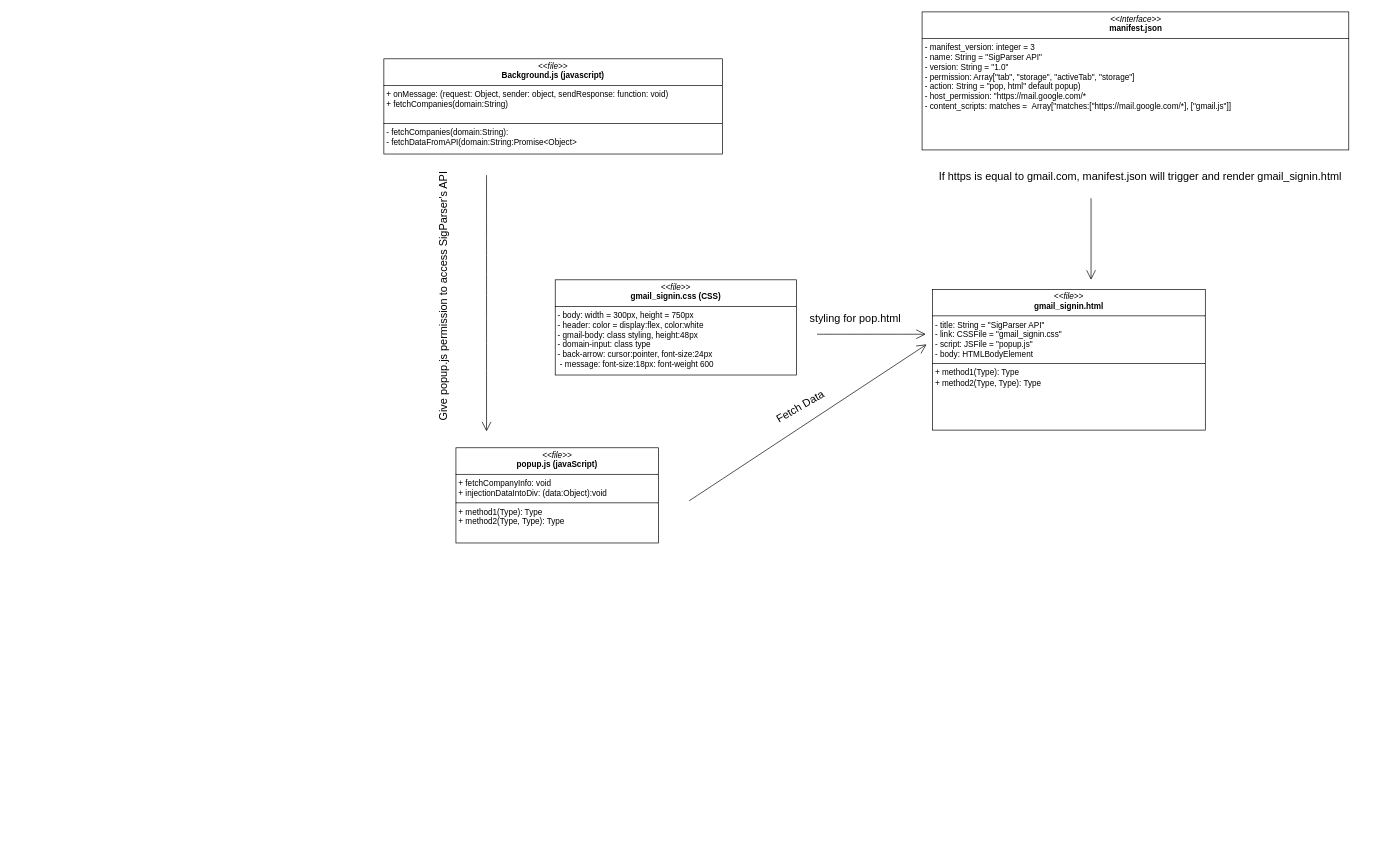
Earlier version of the draw.io diagram capstone.drawio (oimahawong/UX-UI). Source tidied: cells renumbered, new cells numbered last; positions are measured from the earlier drawing's top-left corner, leaving out a move shared by most shapes. Both pictures are drawn from the tidied source at 68%, with x=0, y=0 at pixel (311, 12).
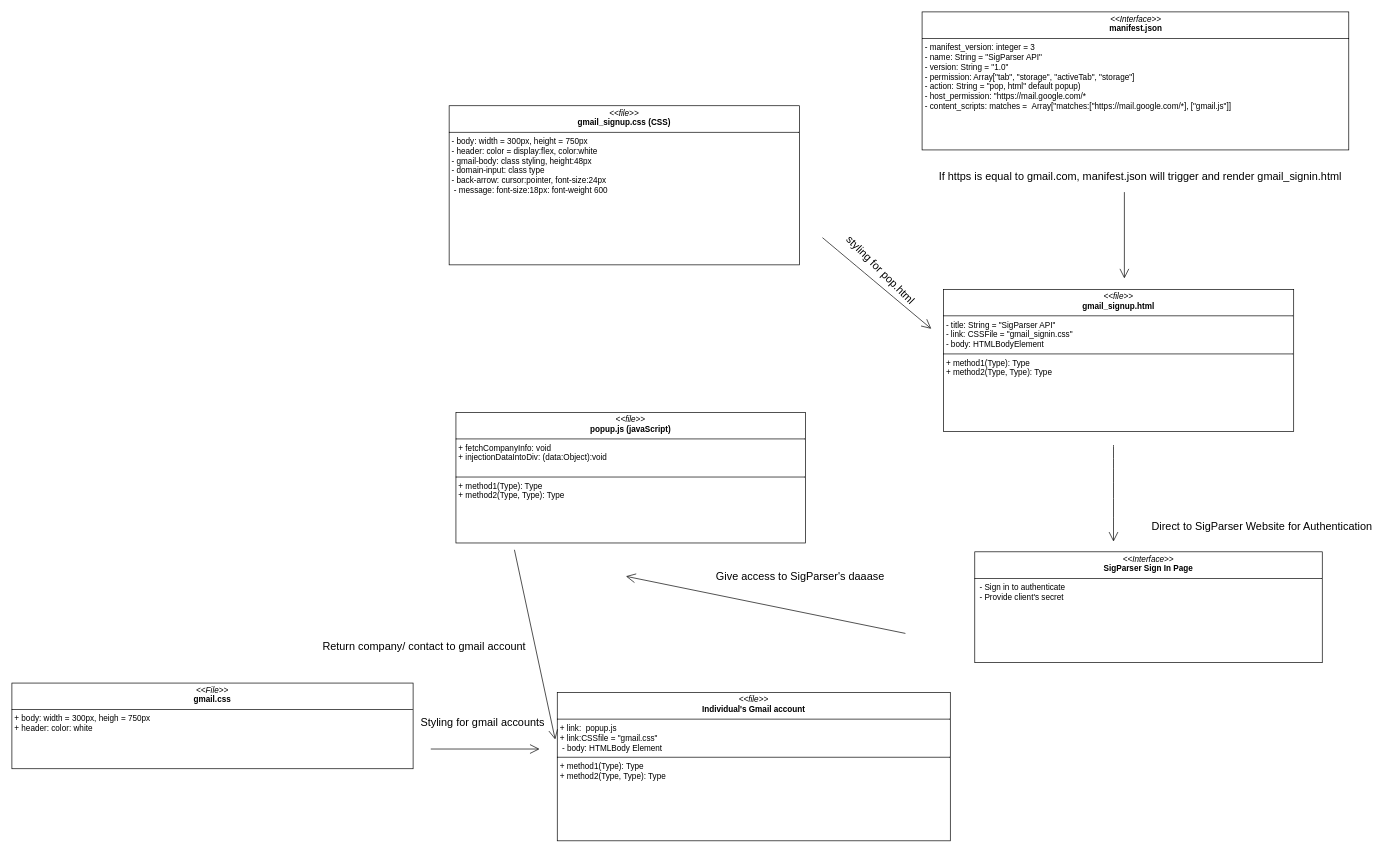
After the change.

What changed in the source:
```diff
@@
-    <mxCell id="2" value="&lt;p style=&quot;margin:0px;margin-top:4px;text-align:center;&quot;&gt;&lt;i&gt;&amp;lt;&amp;lt;file&amp;gt;&amp;gt;&lt;/i&gt;&lt;br&gt;&lt;b&gt;Background.js (javascript)&lt;/b&gt;&lt;br&gt;&lt;/p&gt;&lt;hr size=&quot;1&quot; style=&quot;border-style:solid;&quot;&gt;&lt;p style=&quot;margin:0px;margin-left:4px;&quot;&gt;+ onMessage: (request: Object, sender: object, sendResponse: function: void)&lt;br&gt;+ fetchCompanies(domain:String)&lt;/p&gt;&lt;p style=&quot;margin:0px;margin-left:4px;&quot;&gt;&lt;br&gt;&lt;/p&gt;&lt;hr size=&quot;1&quot; style=&quot;border-style:solid;&quot;&gt;&lt;p style=&quot;margin:0px;margin-left:4px;&quot;&gt;- fetchCompanies(domain:String):&amp;nbsp;&lt;br&gt;- fetchDataFromAPI(domain:String:Promise&amp;lt;Object&amp;gt;&lt;/p&gt;" style="verticalAlign=top;align=left;overflow=fill;html=1;whiteSpace=wrap;" parent="1" vertex="1">
-      <mxGeometry x="106" y="69" width="498" height="140" as="geometry" />
-    </mxCell>
-    <mxCell id="3" value="&lt;p style=&quot;margin:0px;margin-top:4px;text-align:center;&quot;&gt;&lt;i&gt;&amp;lt;&amp;lt;file&amp;gt;&amp;gt;&lt;/i&gt;&lt;br&gt;&lt;b&gt;gmail_signin.css (CSS)&lt;/b&gt;&lt;/p&gt;&lt;hr size=&quot;1&quot; style=&quot;border-style:solid;&quot;&gt;&lt;p style=&quot;margin:0px;margin-left:4px;&quot;&gt;- body: width = 300px, height = 750px&lt;br&gt;- header: color = display:flex, color:white&lt;/p&gt;&lt;p style=&quot;margin:0px;margin-left:4px;&quot;&gt;- gmail-body: class styling, height:48px&lt;/p&gt;&lt;p style=&quot;margin:0px;margin-left:4px;&quot;&gt;- domain-input: class type&lt;/p&gt;&lt;p style=&quot;margin:0px;margin-left:4px;&quot;&gt;- back-arrow: cursor:pointer, font-size:24px&lt;/p&gt;&lt;p style=&quot;margin:0px;margin-left:4px;&quot;&gt;&amp;nbsp;- message: font-size:18px: font-weight 600&lt;/p&gt;&lt;p style=&quot;margin:0px;margin-left:4px;&quot;&gt;&lt;br&gt;&lt;/p&gt;" style="verticalAlign=top;align=left;overflow=fill;html=1;whiteSpace=wrap;" parent="1" vertex="1">
-      <mxGeometry x="358" y="394" width="355" height="140" as="geometry" />
+    <mxCell id="3" value="&lt;p style=&quot;margin:0px;margin-top:4px;text-align:center;&quot;&gt;&lt;i&gt;&amp;lt;&amp;lt;file&amp;gt;&amp;gt;&lt;/i&gt;&lt;br&gt;&lt;b&gt;gmail_signup.css (CSS)&lt;/b&gt;&lt;/p&gt;&lt;hr size=&quot;1&quot; style=&quot;border-style:solid;&quot;&gt;&lt;p style=&quot;margin:0px;margin-left:4px;&quot;&gt;- body: width = 300px, height = 750px&lt;br&gt;- header: color = display:flex, color:white&lt;/p&gt;&lt;p style=&quot;margin:0px;margin-left:4px;&quot;&gt;- gmail-body: class styling, height:48px&lt;/p&gt;&lt;p style=&quot;margin:0px;margin-left:4px;&quot;&gt;- domain-input: class type&lt;/p&gt;&lt;p style=&quot;margin:0px;margin-left:4px;&quot;&gt;- back-arrow: cursor:pointer, font-size:24px&lt;/p&gt;&lt;p style=&quot;margin:0px;margin-left:4px;&quot;&gt;&amp;nbsp;- message: font-size:18px: font-weight 600&lt;/p&gt;&lt;p style=&quot;margin:0px;margin-left:4px;&quot;&gt;&lt;br&gt;&lt;/p&gt;" style="verticalAlign=top;align=left;overflow=fill;html=1;whiteSpace=wrap;" parent="1" vertex="1">
+      <mxGeometry x="202" y="138" width="515" height="234" as="geometry" />
     </mxCell>
     <mxCell id="4" style="endArrow=open;endFill=1;endSize=12;html=1;rounded=0;fontSize=12;curved=1;" parent="1" edge="1">
       <mxGeometry relative="1" as="geometry">
-        <mxPoint x="743" y="474" as="sourcePoint" />
-        <mxPoint x="903" y="474" as="targetPoint" />
+        <mxPoint x="751" y="332" as="sourcePoint" />
+        <mxPoint x="911" y="466" as="targetPoint" />
       </mxGeometry>
     </mxCell>
-    <mxCell id="5" value="styling for pop.html" style="text;html=1;align=center;verticalAlign=middle;whiteSpace=wrap;rounded=0;fontSize=16;" parent="1" vertex="1">
-      <mxGeometry x="730" y="436" width="139" height="30" as="geometry" />
+    <mxCell id="5" value="styling for pop.html" style="text;html=1;align=center;verticalAlign=middle;whiteSpace=wrap;rounded=0;fontSize=16;rotation=45;" parent="1" vertex="1">
+      <mxGeometry x="737.6" y="364.1" width="198" height="30" as="geometry" />
     </mxCell>
-    <mxCell id="6" value="&lt;p style=&quot;margin:0px;margin-top:4px;text-align:center;&quot;&gt;&lt;i&gt;&amp;lt;&amp;lt;file&amp;gt;&amp;gt;&lt;/i&gt;&lt;br&gt;&lt;b&gt;gmail_signin.html&lt;/b&gt;&lt;/p&gt;&lt;hr size=&quot;1&quot; style=&quot;border-style:solid;&quot;&gt;&lt;p style=&quot;margin:0px;margin-left:4px;&quot;&gt;- title: String = &quot;SigParser API&quot;&lt;br&gt;- link: CSSFile = &quot;gmail_signin.css&quot;&lt;/p&gt;&lt;p style=&quot;margin:0px;margin-left:4px;&quot;&gt;- script: JSFile = &quot;popup.js&quot;&lt;/p&gt;&lt;p style=&quot;margin:0px;margin-left:4px;&quot;&gt;- body: HTMLBodyElement&lt;/p&gt;&lt;hr size=&quot;1&quot; style=&quot;border-style:solid;&quot;&gt;&lt;p style=&quot;margin:0px;margin-left:4px;&quot;&gt;+ method1(Type): Type&lt;br&gt;+ method2(Type, Type): Type&lt;/p&gt;" style="verticalAlign=top;align=left;overflow=fill;html=1;whiteSpace=wrap;" parent="1" vertex="1">
-      <mxGeometry x="913" y="408" width="401" height="207" as="geometry" />
+    <mxCell id="6" value="&lt;p style=&quot;margin:0px;margin-top:4px;text-align:center;&quot;&gt;&lt;i&gt;&amp;lt;&amp;lt;file&amp;gt;&amp;gt;&lt;/i&gt;&lt;br&gt;&lt;b&gt;gmail_signup.html&lt;/b&gt;&lt;/p&gt;&lt;hr size=&quot;1&quot; style=&quot;border-style:solid;&quot;&gt;&lt;p style=&quot;margin:0px;margin-left:4px;&quot;&gt;- title: String = &quot;SigParser API&quot;&lt;br&gt;- link: CSSFile = &quot;gmail_signin.css&quot;&lt;/p&gt;&lt;p style=&quot;margin:0px;margin-left:4px;&quot;&gt;- body: HTMLBodyElement&lt;/p&gt;&lt;hr size=&quot;1&quot; style=&quot;border-style:solid;&quot;&gt;&lt;p style=&quot;margin:0px;margin-left:4px;&quot;&gt;+ method1(Type): Type&lt;br&gt;+ method2(Type, Type): Type&lt;/p&gt;" style="verticalAlign=top;align=left;overflow=fill;html=1;whiteSpace=wrap;" parent="1" vertex="1">
+      <mxGeometry x="929" y="408" width="515" height="209" as="geometry" />
     </mxCell>
-    <mxCell id="7" style="endArrow=open;endFill=1;endSize=12;html=1;rounded=0;fontSize=12;curved=1;" parent="1" edge="1">
-      <mxGeometry relative="1" as="geometry">
-        <mxPoint x="555" y="719" as="sourcePoint" />
-        <mxPoint x="904.1" y="489" as="targetPoint" />
-      </mxGeometry>
-    </mxCell>
-    <mxCell id="8" value="Fetch Data" style="text;html=1;align=center;verticalAlign=middle;whiteSpace=wrap;rounded=0;fontSize=16;rotation=-30;" parent="1" vertex="1">
-      <mxGeometry x="664.1" y="566.3" width="109" height="28" as="geometry" />
-    </mxCell>
-    <mxCell id="9" value="&lt;p style=&quot;margin:0px;margin-top:4px;text-align:center;&quot;&gt;&lt;i&gt;&amp;lt;&amp;lt;file&amp;gt;&amp;gt;&lt;/i&gt;&lt;br&gt;&lt;b&gt;popup.js (javaScript)&lt;/b&gt;&lt;/p&gt;&lt;hr size=&quot;1&quot; style=&quot;border-style:solid;&quot;&gt;&lt;p style=&quot;margin:0px;margin-left:4px;&quot;&gt;+ fetchCompanyInfo: void&lt;br&gt;+ injectionDataIntoDiv: (data:Object):void&lt;/p&gt;&lt;hr size=&quot;1&quot; style=&quot;border-style:solid;&quot;&gt;&lt;p style=&quot;margin:0px;margin-left:4px;&quot;&gt;+ method1(Type): Type&lt;br&gt;+ method2(Type, Type): Type&lt;/p&gt;" style="verticalAlign=top;align=left;overflow=fill;html=1;whiteSpace=wrap;" parent="1" vertex="1">
-      <mxGeometry x="212" y="641" width="298" height="140" as="geometry" />
+    <mxCell id="9" value="&lt;p style=&quot;margin:0px;margin-top:4px;text-align:center;&quot;&gt;&lt;i&gt;&amp;lt;&amp;lt;file&amp;gt;&amp;gt;&lt;/i&gt;&lt;br&gt;&lt;b&gt;popup.js (javaScript)&lt;/b&gt;&lt;/p&gt;&lt;hr size=&quot;1&quot; style=&quot;border-style:solid;&quot;&gt;&lt;p style=&quot;margin:0px;margin-left:4px;&quot;&gt;+ fetchCompanyInfo: void&lt;br&gt;+ injectionDataIntoDiv: (data:Object):void&lt;/p&gt;&lt;p style=&quot;margin:0px;margin-left:4px;&quot;&gt;&amp;nbsp;&lt;/p&gt;&lt;hr size=&quot;1&quot; style=&quot;border-style:solid;&quot;&gt;&lt;p style=&quot;margin:0px;margin-left:4px;&quot;&gt;+ method1(Type): Type&lt;br&gt;+ method2(Type, Type): Type&lt;/p&gt;" style="verticalAlign=top;align=left;overflow=fill;html=1;whiteSpace=wrap;" parent="1" vertex="1">
+      <mxGeometry x="212" y="589" width="514" height="192" as="geometry" />
     </mxCell>
     <mxCell id="10" style="endArrow=open;endFill=1;endSize=12;html=1;rounded=0;fontSize=12;curved=1;" parent="1" edge="1">
       <mxGeometry relative="1" as="geometry">
-        <mxPoint x="257" y="240" as="sourcePoint" />
-        <mxPoint x="257" y="617" as="targetPoint" />
+        <mxPoint x="1179" y="637" as="sourcePoint" />
+        <mxPoint x="1179" y="779" as="targetPoint" />
       </mxGeometry>
     </mxCell>
@@
     <mxCell id="12" style="endArrow=open;endFill=1;endSize=12;html=1;rounded=0;" parent="1" edge="1">
       <mxGeometry relative="1" as="geometry">
-        <mxPoint x="1146" y="274" as="sourcePoint" />
-        <mxPoint x="1146" y="394" as="targetPoint" />
+        <mxPoint x="1195" y="265" as="sourcePoint" />
+        <mxPoint x="1195" y="392" as="targetPoint" />
       </mxGeometry>
     </mxCell>
@@
-    <mxCell id="14" value="&lt;font style=&quot;font-size: 16px;&quot;&gt;Give popup.js permission to access SigParser's API&lt;/font&gt;" style="text;html=1;align=center;verticalAlign=middle;strokeColor=none;fillColor=none;rotation=-90;" parent="1" vertex="1">
-      <mxGeometry y="403" width="386" height="31" as="geometry" />
-    </mxCell>
+    <mxCell id="15" value="&lt;p style=&quot;margin:0px;margin-top:4px;text-align:center;&quot;&gt;&lt;i&gt;&amp;lt;&amp;lt;Interface&amp;gt;&amp;gt;&lt;/i&gt;&lt;br&gt;&lt;b&gt;SigParser Sign In Page&lt;/b&gt;&lt;/p&gt;&lt;hr size=&quot;1&quot; style=&quot;border-style:solid;&quot;&gt;&lt;p style=&quot;margin:0px;margin-left:4px;&quot;&gt;&amp;nbsp;- Sign in to authenticate&lt;/p&gt;&lt;p style=&quot;margin:0px;margin-left:4px;&quot;&gt;&amp;nbsp;- Provide client's secret&lt;br&gt;&amp;nbsp;&lt;/p&gt;" style="verticalAlign=top;align=left;overflow=fill;html=1;whiteSpace=wrap;" parent="1" vertex="1">
+      <mxGeometry x="975" y="794" width="511" height="163" as="geometry" />
+    </mxCell>
+    <mxCell id="16" value="&lt;font style=&quot;font-size: 16px;&quot;&gt;Direct to SigParser Website for Authentication&lt;/font&gt;" style="text;html=1;align=center;verticalAlign=middle;strokeColor=none;fillColor=none;" parent="1" vertex="1">
+      <mxGeometry x="1225" y="740" width="343" height="31" as="geometry" />
+    </mxCell>
+    <mxCell id="17" style="endArrow=open;endFill=1;endSize=12;html=1;rounded=0;" parent="1" edge="1">
+      <mxGeometry relative="1" as="geometry">
+        <mxPoint x="873" y="914" as="sourcePoint" />
+        <mxPoint x="462" y="830" as="targetPoint" />
+      </mxGeometry>
+    </mxCell>
+    <mxCell id="18" value="&lt;font style=&quot;font-size: 16px;&quot;&gt;Give access to SigParser's daaase&lt;/font&gt;" style="text;html=1;align=center;verticalAlign=middle;strokeColor=none;fillColor=none;" parent="1" vertex="1">
+      <mxGeometry x="585" y="814" width="266" height="31" as="geometry" />
+    </mxCell>
+    <mxCell id="19" value="&lt;p style=&quot;margin:0px;margin-top:4px;text-align:center;&quot;&gt;&lt;i&gt;&amp;lt;&amp;lt;file&amp;gt;&amp;gt;&lt;/i&gt;&lt;br&gt;&lt;b&gt;Individual's Gmail account&lt;/b&gt;&lt;/p&gt;&lt;hr size=&quot;1&quot; style=&quot;border-style:solid;&quot;&gt;&lt;p style=&quot;margin:0px;margin-left:4px;&quot;&gt;+ link: &amp;nbsp;popup.js&lt;/p&gt;&lt;p style=&quot;margin:0px;margin-left:4px;&quot;&gt;+ link:CSSfile = &quot;gmail.css&quot;&lt;/p&gt;&lt;p style=&quot;margin:0px;margin-left:4px;&quot;&gt;&amp;nbsp;- body: HTMLBody Element&lt;/p&gt;&lt;hr size=&quot;1&quot; style=&quot;border-style:solid;&quot;&gt;&lt;p style=&quot;margin:0px;margin-left:4px;&quot;&gt;+ method1(Type): Type&lt;br&gt;+ method2(Type, Type): Type&lt;/p&gt;" style="verticalAlign=top;align=left;overflow=fill;html=1;whiteSpace=wrap;" parent="1" vertex="1">
+      <mxGeometry x="361" y="1001" width="578" height="218" as="geometry" />
+    </mxCell>
+    <mxCell id="20" style="endArrow=open;endFill=1;endSize=12;html=1;rounded=0;" parent="1" edge="1">
+      <mxGeometry relative="1" as="geometry">
+        <mxPoint x="298" y="791" as="sourcePoint" />
+        <mxPoint x="358" y="1070" as="targetPoint" />
+      </mxGeometry>
+    </mxCell>
+    <mxCell id="21" value="&lt;font style=&quot;font-size: 16px;&quot;&gt;Return company/ contact to gmail account&lt;/font&gt;" style="text;html=1;align=center;verticalAlign=middle;strokeColor=none;fillColor=none;" parent="1" vertex="1">
+      <mxGeometry x="6" y="917" width="317" height="31" as="geometry" />
+    </mxCell>
+    <mxCell id="22" style="endArrow=open;endFill=1;endSize=12;html=1;rounded=0;" parent="1" edge="1">
+      <mxGeometry relative="1" as="geometry">
+        <mxPoint x="175" y="1084" as="sourcePoint" />
+        <mxPoint x="335" y="1084" as="targetPoint" />
+      </mxGeometry>
+    </mxCell>
+    <mxCell id="23" value="&lt;p style=&quot;margin:0px;margin-top:4px;text-align:center;&quot;&gt;&lt;i&gt;&amp;lt;&amp;lt;File&amp;gt;&amp;gt;&lt;/i&gt;&lt;br&gt;&lt;b&gt;gmail.css&lt;/b&gt;&lt;/p&gt;&lt;hr size=&quot;1&quot; style=&quot;border-style:solid;&quot;&gt;&lt;p style=&quot;margin:0px;margin-left:4px;&quot;&gt;+ body: width = 300px, heigh = 750px&lt;br&gt;+ header: color: white&lt;/p&gt;" style="verticalAlign=top;align=left;overflow=fill;html=1;whiteSpace=wrap;" parent="1" vertex="1">
+      <mxGeometry x="-441" y="987" width="590" height="126" as="geometry" />
+    </mxCell>
+    <mxCell id="24" value="&lt;font style=&quot;font-size: 16px;&quot;&gt;Styling for gmail accounts&lt;/font&gt;" style="text;html=1;align=center;verticalAlign=middle;strokeColor=none;fillColor=none;" parent="1" vertex="1">
+      <mxGeometry x="151" y="1029" width="200" height="31" as="geometry" />
+    </mxCell>
```
